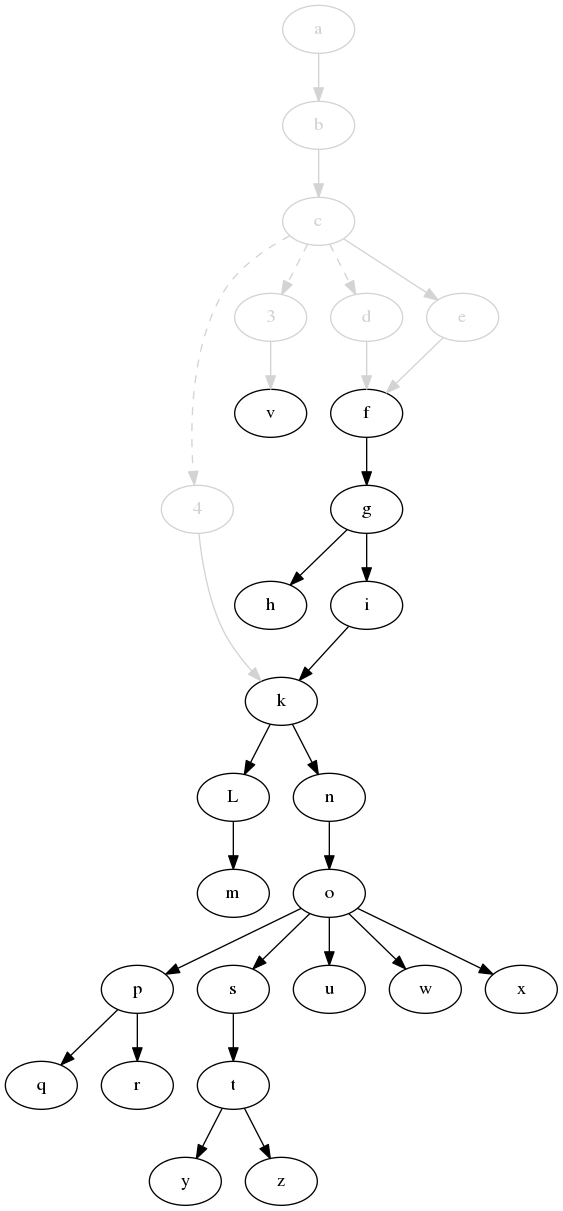
Above: svm-startup-deps.png in jdmpapin/svm-startup-deps (Graphviz), before the change. Its source is kept beside it as svm-startup-deps.dot.
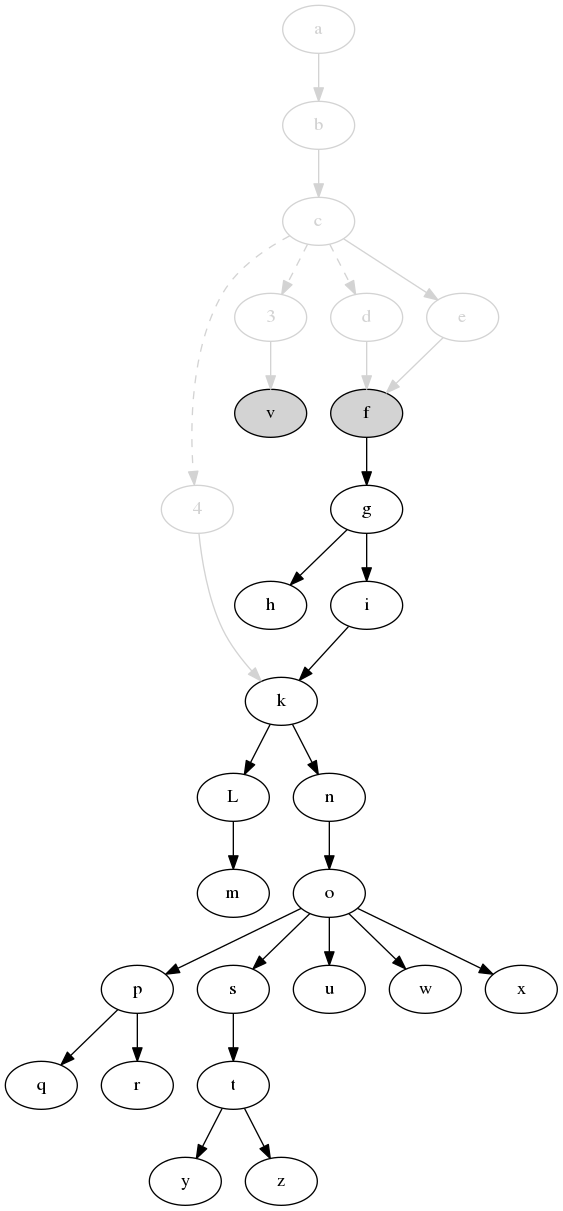
The same file after the commit.

Change to the diagram source:
```diff
@@ -6,7 +6,7 @@
     c [color=lightgrey,fontcolor=lightgrey];
     d [color=lightgrey,fontcolor=lightgrey];
     e [color=lightgrey,fontcolor=lightgrey];
-    f;
+    f [style=filled,fillcolor=lightgrey];
     g;
     h;
     i;
@@ -21,7 +21,7 @@
     s;
     t;
     u;
-    v;
+    v [style=filled,fillcolor=lightgrey];
     w;
     x;
     y;
```
